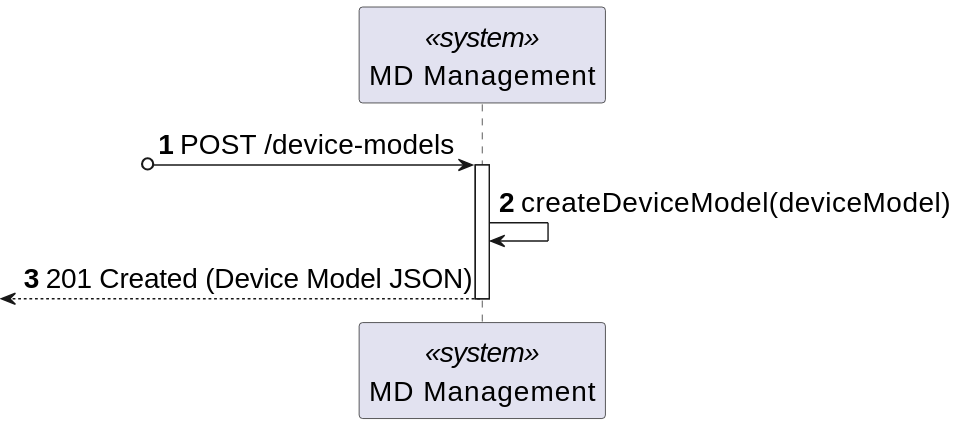
Above: _wiki/sprint-a/us19-360/views/level-2/assets/process-view.svg in miseEnPlace-dev/lapr5 (PlantUML), before the change. The source it was exported from:
```plantuml
@startuml
skinparamlocked defaultFontSize 20
autonumber
participant SYS as "MD Management" <<system>>

?o-> SYS : POST /device-models
activate SYS

SYS -> SYS : createDeviceModel(deviceModel)
<-- SYS : 201 Created (Device Model JSON)
deactivate SYS
@enduml
```
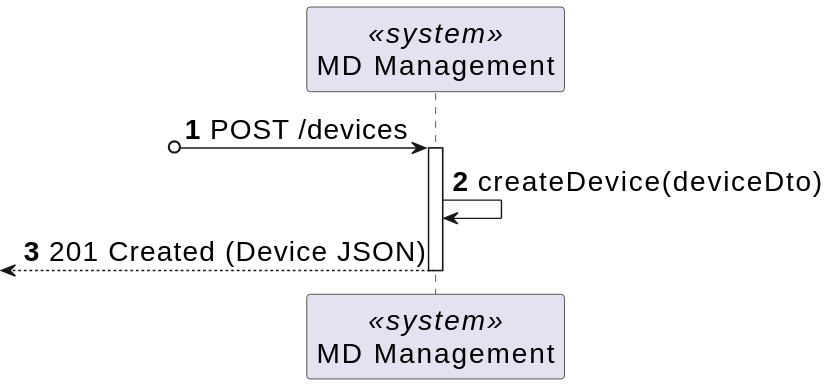
The same file after the commit.

Diff of the diagram source:
```diff
@@ -3,10 +3,10 @@
 autonumber
 participant SYS as "MD Management" <<system>>
 
-?o-> SYS : POST /device-models
+?o-> SYS : POST /devices
 activate SYS
 
-SYS -> SYS : createDeviceModel(deviceModel)
-<-- SYS : 201 Created (Device Model JSON)
+SYS -> SYS : createDevice(deviceDto)
+<-- SYS : 201 Created (Device JSON)
 deactivate SYS
 @enduml
```
